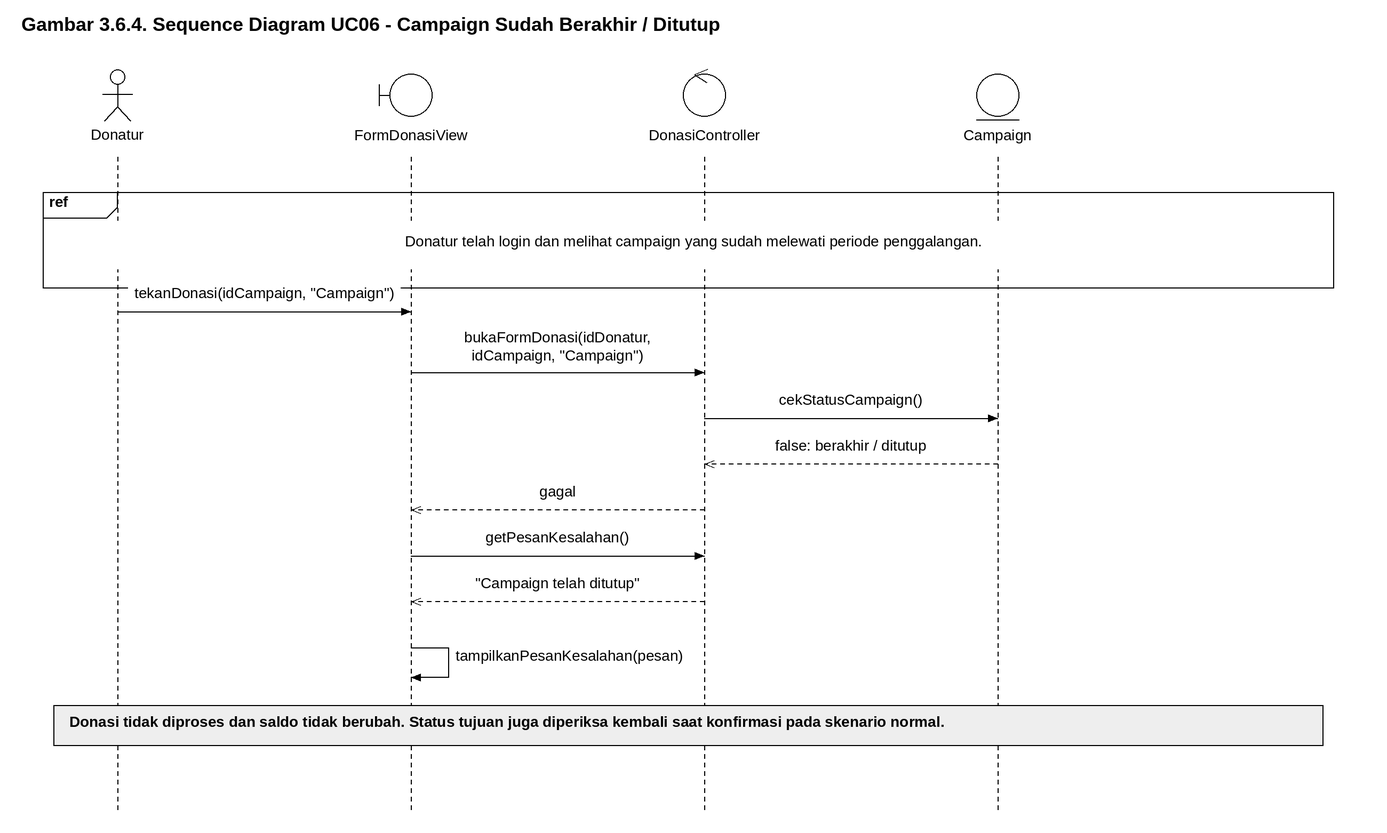
The draw.io diagram docs/M7/assets/diagram/sequence-uc06-alt3.png in Brynpamungkas/IF2150-RPL-K02-G08, before a commit. Source tidied: cells renumbered, new cells last; positions are measured from the earlier drawing's top-left corner, leaving out a move shared by most shapes.
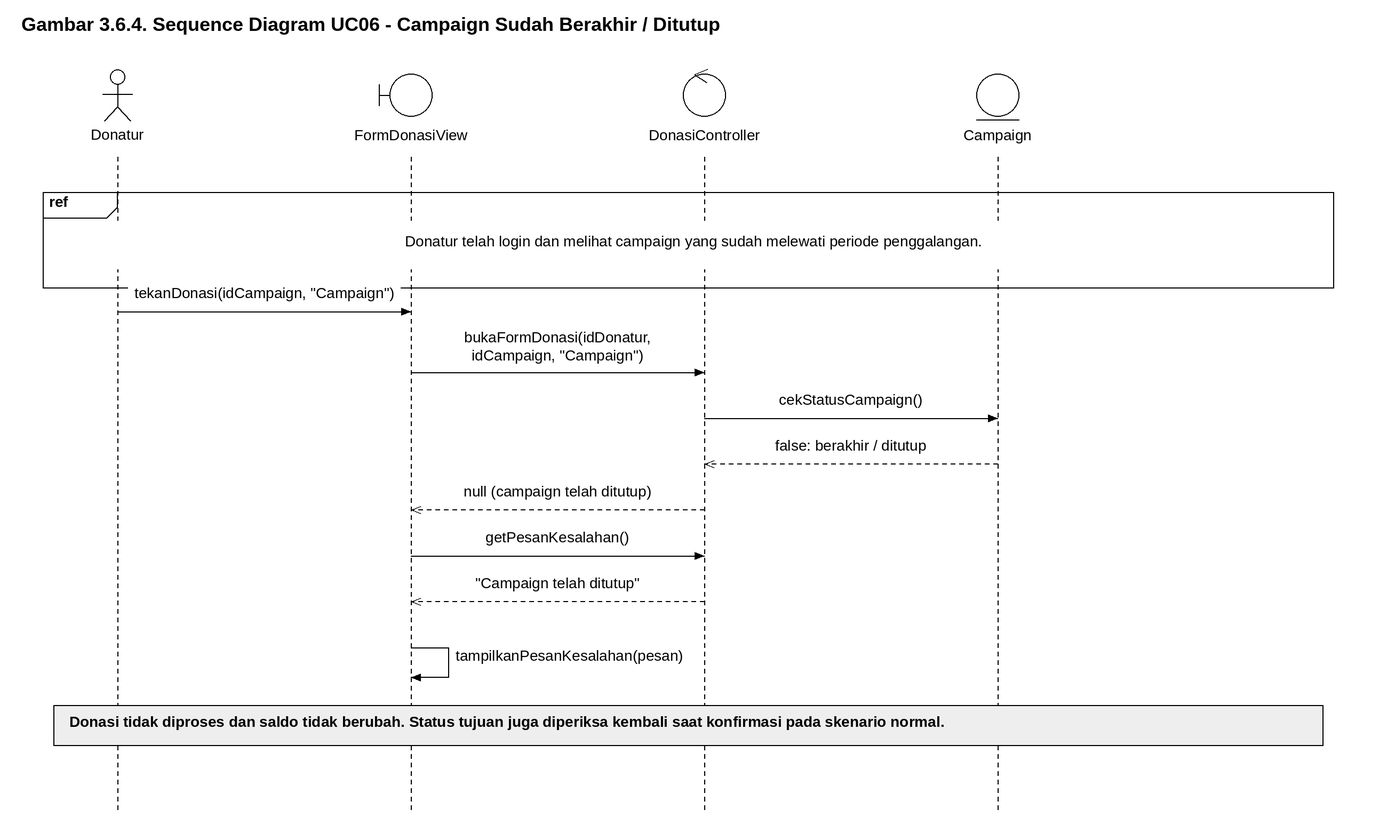
After the change.

What changed in the source:
```diff
@@ -65,7 +65,7 @@
         <mxPoint x="365" y="466" as="targetPoint" />
       </mxGeometry>
     </mxCell>
-    <mxCell id="18" value="gagal" style="text;html=1;strokeColor=none;fillColor=white;align=center;verticalAlign=middle;whiteSpace=wrap;overflow=visible;fontFamily=Arial;fontSize=14;fontStyle=0;spacing=0;" parent="1" vertex="1">
+    <mxCell id="18" value="null (campaign telah ditutup)" style="text;html=1;strokeColor=none;fillColor=white;align=center;verticalAlign=middle;whiteSpace=wrap;overflow=visible;fontFamily=Arial;fontSize=14;fontStyle=0;spacing=0;" parent="1" vertex="1">
       <mxGeometry x="375" y="441" width="255" height="22" as="geometry" />
     </mxCell>
     <mxCell id="19" style="html=1;rounded=0;endArrow=block;endFill=1;endSize=9;strokeColor=#000000;" parent="1" edge="1">
```
